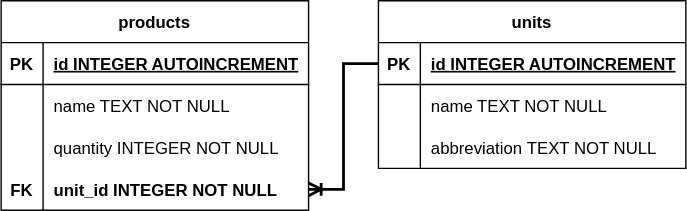
Above: docs/db_scheme/sources/db_schema.drawio.svg in wuwunchik/wuwunchik.github.io (draw.io), before the change. Source tidied: cells renumbered, new cells last; positions are measured from the earlier drawing's top-left corner, leaving out a move shared by most shapes.
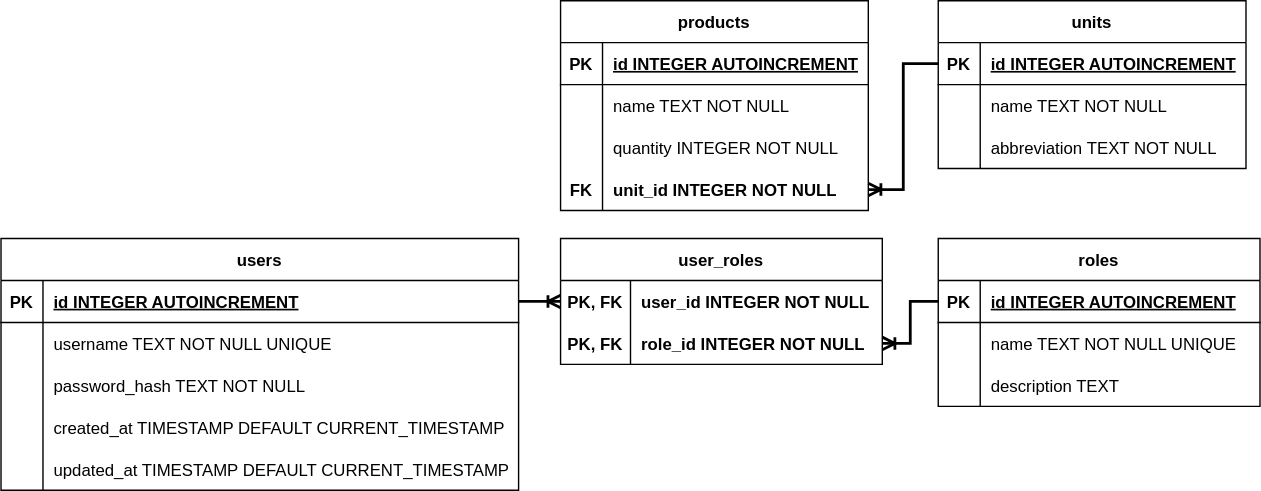
The same file after the commit.

Commit message:
fix(db_schema): Дополнена схема базы данных для users

Change to the diagram source:
```diff
@@ -74,5 +74,110 @@
     <mxCell id="25" style="edgeStyle=orthogonalEdgeStyle;fontSize=12;html=1;endArrow=ERoneToMany;rounded=0;strokeWidth=2;exitX=0;exitY=0.5;exitDx=0;exitDy=0;entryX=1;entryY=0.5;entryDx=0;entryDy=0;" parent="1" edge="1" source="16" target="12">
       <mxGeometry relative="1" as="geometry" />
     </mxCell>
+    <mxCell id="26" value="user_roles" style="shape=table;startSize=30;rowLines=0;fontStyle=1;align=center;" parent="1" vertex="1">
+      <mxGeometry y="170" width="230" height="90" as="geometry" />
+    </mxCell>
+    <mxCell id="27" style="shape=tableRow;horizontal=0;startSize=0;swimlaneHead=0;swimlaneBody=0;fillColor=none;points=[[0,0.5],[1,0.5]];portConstraint=eastwest;strokeColor=inherit;top=0;left=0;right=0;bottom=0;" parent="26" vertex="1">
+      <mxGeometry y="30" width="230" height="30" as="geometry" />
+    </mxCell>
+    <mxCell id="28" value="PK, FK" style="shape=partialRectangle;overflow=hidden;fillColor=none;strokeColor=inherit;top=0;left=0;bottom=0;right=0;fontStyle=1;" parent="27" vertex="1">
+      <mxGeometry width="50" height="30" as="geometry" />
+    </mxCell>
+    <mxCell id="29" value="user_id INTEGER NOT NULL" style="shape=partialRectangle;overflow=hidden;fillColor=none;align=left;strokeColor=inherit;top=0;left=0;bottom=0;right=0;spacingLeft=6;fontStyle=1;" parent="27" vertex="1">
+      <mxGeometry x="50" width="180" height="30" as="geometry" />
+    </mxCell>
+    <mxCell id="30" style="shape=tableRow;horizontal=0;startSize=0;swimlaneHead=0;swimlaneBody=0;fillColor=none;points=[[0,0.5],[1,0.5]];portConstraint=eastwest;strokeColor=inherit;top=0;left=0;right=0;bottom=0;" parent="26" vertex="1">
+      <mxGeometry y="60" width="230" height="30" as="geometry" />
+    </mxCell>
+    <mxCell id="31" value="PK, FK" style="shape=partialRectangle;overflow=hidden;fillColor=none;strokeColor=inherit;top=0;left=0;bottom=0;right=0;fontStyle=1;" parent="30" vertex="1">
+      <mxGeometry width="50" height="30" as="geometry" />
+    </mxCell>
+    <mxCell id="32" value="role_id INTEGER NOT NULL" style="shape=partialRectangle;overflow=hidden;fillColor=none;align=left;strokeColor=inherit;top=0;left=0;bottom=0;right=0;spacingLeft=6;fontStyle=1;" parent="30" vertex="1">
+      <mxGeometry x="50" width="180" height="30" as="geometry" />
+    </mxCell>
+    <mxCell id="33" value="users" style="shape=table;startSize=30;rowLines=0;fontStyle=1;align=center;" parent="1" vertex="1">
+      <mxGeometry x="-400" y="170" width="370" height="180" as="geometry" />
+    </mxCell>
+    <mxCell id="34" style="shape=tableRow;horizontal=0;startSize=0;swimlaneHead=0;swimlaneBody=0;fillColor=none;points=[[0,0.5],[1,0.5]];portConstraint=eastwest;strokeColor=inherit;top=0;left=0;right=0;bottom=1;" parent="33" vertex="1">
+      <mxGeometry y="30" width="370" height="30" as="geometry" />
+    </mxCell>
+    <mxCell id="35" value="PK" style="shape=partialRectangle;overflow=hidden;fillColor=none;strokeColor=inherit;top=0;left=0;bottom=0;right=0;fontStyle=1;" parent="34" vertex="1">
+      <mxGeometry width="30" height="30" as="geometry" />
+    </mxCell>
+    <mxCell id="36" value="id INTEGER  AUTOINCREMENT" style="shape=partialRectangle;overflow=hidden;fillColor=none;align=left;strokeColor=inherit;top=0;left=0;bottom=0;right=0;spacingLeft=6;fontStyle=5;" parent="34" vertex="1">
+      <mxGeometry x="30" width="340" height="30" as="geometry" />
+    </mxCell>
+    <mxCell id="37" style="shape=tableRow;horizontal=0;startSize=0;swimlaneHead=0;swimlaneBody=0;fillColor=none;strokeColor=inherit;top=0;left=0;right=0;bottom=0;" parent="33" vertex="1">
+      <mxGeometry y="60" width="370" height="30" as="geometry" />
+    </mxCell>
+    <mxCell id="38" style="shape=partialRectangle;overflow=hidden;fillColor=none;strokeColor=inherit;top=0;left=0;bottom=0;right=0;" parent="37" vertex="1">
+      <mxGeometry width="30" height="30" as="geometry" />
+    </mxCell>
+    <mxCell id="39" value="username TEXT NOT NULL UNIQUE" style="shape=partialRectangle;overflow=hidden;fillColor=none;align=left;strokeColor=inherit;top=0;left=0;bottom=0;right=0;spacingLeft=6;" parent="37" vertex="1">
+      <mxGeometry x="30" width="340" height="30" as="geometry" />
+    </mxCell>
+    <mxCell id="40" style="shape=tableRow;horizontal=0;startSize=0;swimlaneHead=0;swimlaneBody=0;fillColor=none;strokeColor=inherit;top=0;left=0;right=0;bottom=0;" parent="33" vertex="1">
+      <mxGeometry y="90" width="370" height="30" as="geometry" />
+    </mxCell>
+    <mxCell id="41" style="shape=partialRectangle;overflow=hidden;fillColor=none;strokeColor=inherit;top=0;left=0;bottom=0;right=0;" parent="40" vertex="1">
+      <mxGeometry width="30" height="30" as="geometry" />
+    </mxCell>
+    <mxCell id="42" value="password_hash TEXT NOT NULL" style="shape=partialRectangle;overflow=hidden;fillColor=none;align=left;strokeColor=inherit;top=0;left=0;bottom=0;right=0;spacingLeft=6;" parent="40" vertex="1">
+      <mxGeometry x="30" width="340" height="30" as="geometry" />
+    </mxCell>
+    <mxCell id="43" style="shape=tableRow;horizontal=0;startSize=0;swimlaneHead=0;swimlaneBody=0;fillColor=none;strokeColor=inherit;top=0;left=0;right=0;bottom=0;" parent="33" vertex="1">
+      <mxGeometry y="120" width="370" height="30" as="geometry" />
+    </mxCell>
+    <mxCell id="44" style="shape=partialRectangle;overflow=hidden;fillColor=none;strokeColor=inherit;top=0;left=0;bottom=0;right=0;" parent="43" vertex="1">
+      <mxGeometry width="30" height="30" as="geometry" />
+    </mxCell>
+    <mxCell id="45" value="created_at TIMESTAMP DEFAULT CURRENT_TIMESTAMP" style="shape=partialRectangle;overflow=hidden;fillColor=none;align=left;strokeColor=inherit;top=0;left=0;bottom=0;right=0;spacingLeft=6;" parent="43" vertex="1">
+      <mxGeometry x="30" width="340" height="30" as="geometry" />
+    </mxCell>
+    <mxCell id="46" style="shape=tableRow;horizontal=0;startSize=0;swimlaneHead=0;swimlaneBody=0;fillColor=none;strokeColor=inherit;top=0;left=0;right=0;bottom=0;" parent="33" vertex="1">
+      <mxGeometry y="150" width="370" height="30" as="geometry" />
+    </mxCell>
+    <mxCell id="47" style="shape=partialRectangle;overflow=hidden;fillColor=none;strokeColor=inherit;top=0;left=0;bottom=0;right=0;" parent="46" vertex="1">
+      <mxGeometry width="30" height="30" as="geometry" />
+    </mxCell>
+    <mxCell id="48" value="updated_at TIMESTAMP DEFAULT CURRENT_TIMESTAMP" style="shape=partialRectangle;overflow=hidden;fillColor=none;align=left;strokeColor=inherit;top=0;left=0;bottom=0;right=0;spacingLeft=6;" parent="46" vertex="1">
+      <mxGeometry x="30" width="340" height="30" as="geometry" />
+    </mxCell>
+    <mxCell id="49" value="roles" style="shape=table;startSize=30;rowLines=0;fontStyle=1;align=center;" parent="1" vertex="1">
+      <mxGeometry x="270" y="170" width="230" height="120" as="geometry" />
+    </mxCell>
+    <mxCell id="50" style="shape=tableRow;horizontal=0;startSize=0;swimlaneHead=0;swimlaneBody=0;fillColor=none;points=[[0,0.5],[1,0.5]];portConstraint=eastwest;strokeColor=inherit;top=0;left=0;right=0;bottom=1;" parent="49" vertex="1">
+      <mxGeometry y="30" width="230" height="30" as="geometry" />
+    </mxCell>
+    <mxCell id="51" value="PK" style="shape=partialRectangle;overflow=hidden;fillColor=none;strokeColor=inherit;top=0;left=0;bottom=0;right=0;fontStyle=1;" parent="50" vertex="1">
+      <mxGeometry width="30" height="30" as="geometry" />
+    </mxCell>
+    <mxCell id="52" value="id INTEGER  AUTOINCREMENT" style="shape=partialRectangle;overflow=hidden;fillColor=none;align=left;strokeColor=inherit;top=0;left=0;bottom=0;right=0;spacingLeft=6;fontStyle=5;" parent="50" vertex="1">
+      <mxGeometry x="30" width="200" height="30" as="geometry" />
+    </mxCell>
+    <mxCell id="53" style="shape=tableRow;horizontal=0;startSize=0;swimlaneHead=0;swimlaneBody=0;fillColor=none;strokeColor=inherit;top=0;left=0;right=0;bottom=0;" parent="49" vertex="1">
+      <mxGeometry y="60" width="230" height="30" as="geometry" />
+    </mxCell>
+    <mxCell id="54" style="shape=partialRectangle;overflow=hidden;fillColor=none;strokeColor=inherit;top=0;left=0;bottom=0;right=0;" parent="53" vertex="1">
+      <mxGeometry width="30" height="30" as="geometry" />
+    </mxCell>
+    <mxCell id="55" value="name TEXT NOT NULL UNIQUE" style="shape=partialRectangle;overflow=hidden;fillColor=none;align=left;strokeColor=inherit;top=0;left=0;bottom=0;right=0;spacingLeft=6;" parent="53" vertex="1">
+      <mxGeometry x="30" width="200" height="30" as="geometry" />
+    </mxCell>
+    <mxCell id="56" style="shape=tableRow;horizontal=0;startSize=0;swimlaneHead=0;swimlaneBody=0;fillColor=none;strokeColor=inherit;top=0;left=0;right=0;bottom=0;" parent="49" vertex="1">
+      <mxGeometry y="90" width="230" height="30" as="geometry" />
+    </mxCell>
+    <mxCell id="57" style="shape=partialRectangle;overflow=hidden;fillColor=none;strokeColor=inherit;top=0;left=0;bottom=0;right=0;" parent="56" vertex="1">
+      <mxGeometry width="30" height="30" as="geometry" />
+    </mxCell>
+    <mxCell id="58" value="description TEXT" style="shape=partialRectangle;overflow=hidden;fillColor=none;align=left;strokeColor=inherit;top=0;left=0;bottom=0;right=0;spacingLeft=6;" parent="56" vertex="1">
+      <mxGeometry x="30" width="200" height="30" as="geometry" />
+    </mxCell>
+    <mxCell id="59" style="edgeStyle=orthogonalEdgeStyle;fontSize=12;html=1;endArrow=ERoneToMany;rounded=0;strokeWidth=2;exitX=1;exitY=0.5;exitDx=0;exitDy=0;entryX=0;entryY=0.5;entryDx=0;entryDy=0;" parent="1" edge="1" source="34" target="27">
+      <mxGeometry relative="1" as="geometry" />
+    </mxCell>
+    <mxCell id="60" style="fontSize=12;html=1;endArrow=ERoneToMany;rounded=0;strokeWidth=2;exitX=0;exitY=0.5;exitDx=0;exitDy=0;entryX=1;entryY=0.5;entryDx=0;entryDy=0;edgeStyle=orthogonalEdgeStyle;" parent="1" edge="1" source="50" target="30">
+      <mxGeometry relative="1" as="geometry" />
+    </mxCell>
   </root>
 </mxGraphModel>
```
